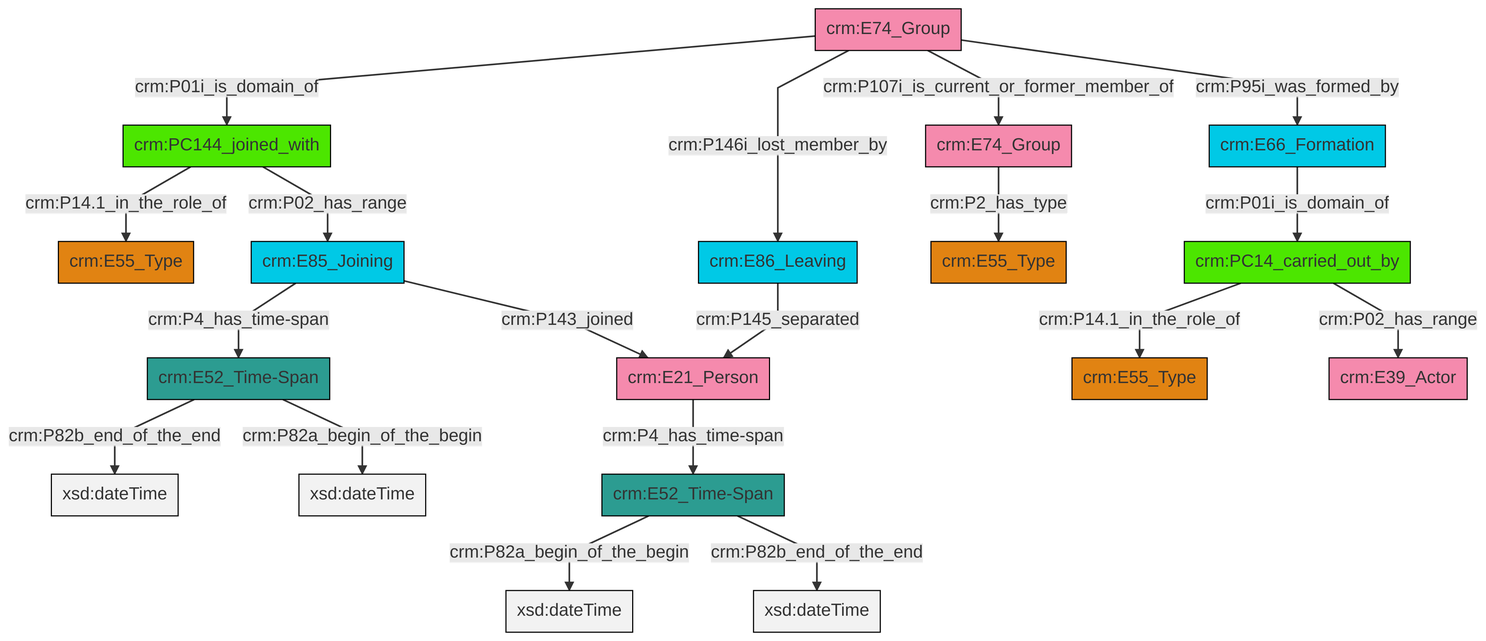
This is et/groupCSV/ttl/mmd/png/group_actor_relations.png from swiss-art-research-net/reference-data-models, a Mermaid export, as it was before one commit. Its source is kept beside it as et/groupCSV/ttl/mmd/group_actor_relations.ttl.mmd.
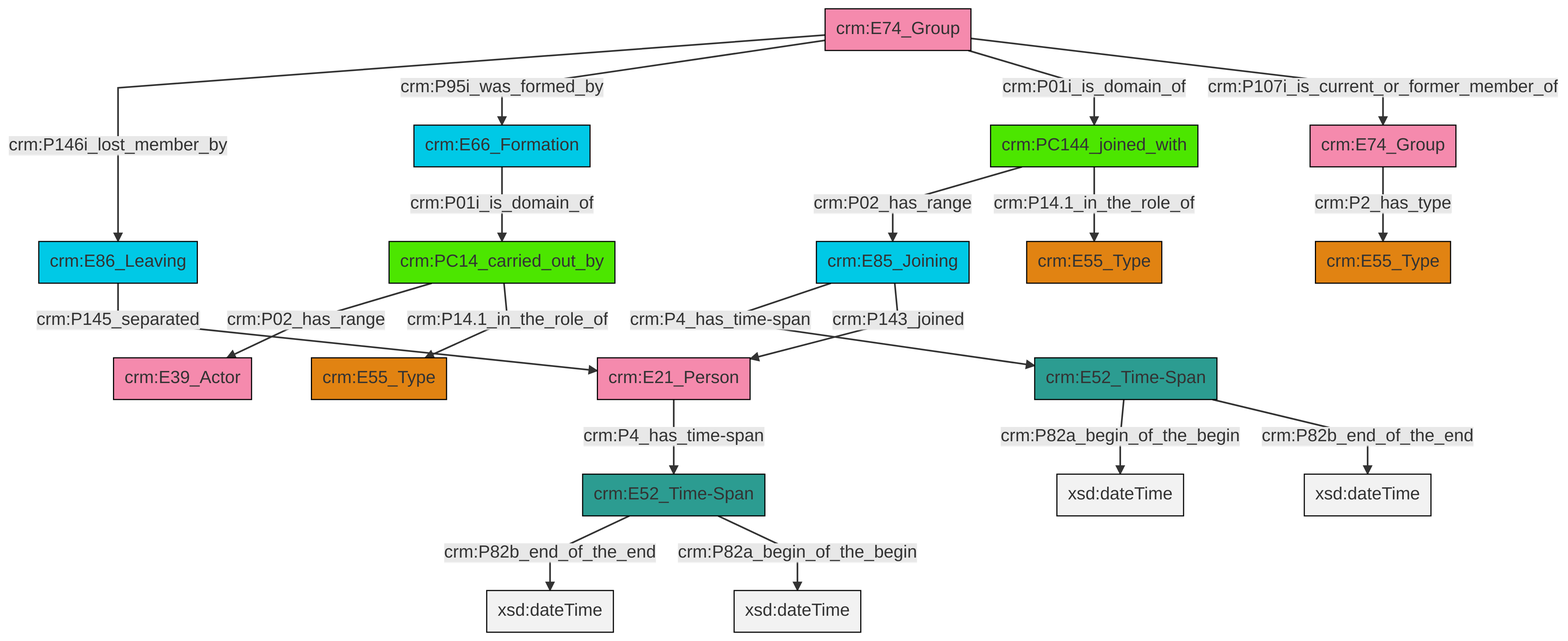
The same file after the commit.

The edit, as a diff of the source:
```diff
@@ -13,21 +13,21 @@
 classDef PC_Classes fill:#4ce600, stroke:#000000;
 classDef Multi fill:#cccccc,stroke:#000000;
 
-7["crm:PC144_joined_with"]:::PC_Classes -->|crm:P14.1_in_the_role_of| 2["crm:E55_Type"]:::Type
-14["crm:E52_Time-Span"]:::Time-Span -->|crm:P82a_begin_of_the_begin| 15[xsd:dateTime]:::Literal
-18["crm:E74_Group"]:::Actor -->|crm:P01i_is_domain_of| 7["crm:PC144_joined_with"]:::PC_Classes
-19["crm:E52_Time-Span"]:::Time-Span -->|crm:P82b_end_of_the_end| 20[xsd:dateTime]:::Literal
-0["crm:E74_Group"]:::Actor -->|crm:P2_has_type| 21["crm:E55_Type"]:::Type
-12["crm:E86_Leaving"]:::Temporal_Entity -->|crm:P145_separated| 5["crm:E21_Person"]:::Actor
-19["crm:E52_Time-Span"]:::Time-Span -->|crm:P82a_begin_of_the_begin| 23[xsd:dateTime]:::Literal
-18["crm:E74_Group"]:::Actor -->|crm:P146i_lost_member_by| 12["crm:E86_Leaving"]:::Temporal_Entity
-26["crm:PC14_carried_out_by"]:::PC_Classes -->|crm:P14.1_in_the_role_of| 8["crm:E55_Type"]:::Type
-28["crm:E66_Formation"]:::Temporal_Entity -->|crm:P01i_is_domain_of| 26["crm:PC14_carried_out_by"]:::PC_Classes
-5["crm:E21_Person"]:::Actor -->|crm:P4_has_time-span| 14["crm:E52_Time-Span"]:::Time-Span
-14["crm:E52_Time-Span"]:::Time-Span -->|crm:P82b_end_of_the_end| 30[xsd:dateTime]:::Literal
-26["crm:PC14_carried_out_by"]:::PC_Classes -->|crm:P02_has_range| 10["crm:E39_Actor"]:::Actor
-16["crm:E85_Joining"]:::Temporal_Entity -->|crm:P4_has_time-span| 19["crm:E52_Time-Span"]:::Time-Span
-18["crm:E74_Group"]:::Actor -->|crm:P107i_is_current_or_former_member_of| 0["crm:E74_Group"]:::Actor
-18["crm:E74_Group"]:::Actor -->|crm:P95i_was_formed_by| 28["crm:E66_Formation"]:::Temporal_Entity
-16["crm:E85_Joining"]:::Temporal_Entity -->|crm:P143_joined| 5["crm:E21_Person"]:::Actor
-7["crm:PC144_joined_with"]:::PC_Classes -->|crm:P02_has_range| 16["crm:E85_Joining"]:::Temporal_Entity
+2["crm:E74_Group"]:::Actor -->|crm:P146i_lost_member_by| 3["crm:E86_Leaving"]:::Temporal_Entity
+2["crm:E74_Group"]:::Actor -->|crm:P95i_was_formed_by| 4["crm:E66_Formation"]:::Temporal_Entity
+5["crm:E52_Time-Span"]:::Time-Span -->|crm:P82b_end_of_the_end| 6[xsd:dateTime]:::Literal
+2["crm:E74_Group"]:::Actor -->|crm:P01i_is_domain_of| 7["crm:PC144_joined_with"]:::PC_Classes
+11["crm:E21_Person"]:::Actor -->|crm:P4_has_time-span| 5["crm:E52_Time-Span"]:::Time-Span
+15["crm:PC14_carried_out_by"]:::PC_Classes -->|crm:P02_has_range| 16["crm:E39_Actor"]:::Actor
+13["crm:E52_Time-Span"]:::Time-Span -->|crm:P82a_begin_of_the_begin| 19[xsd:dateTime]:::Literal
+7["crm:PC144_joined_with"]:::PC_Classes -->|crm:P02_has_range| 8["crm:E85_Joining"]:::Temporal_Entity
+7["crm:PC144_joined_with"]:::PC_Classes -->|crm:P14.1_in_the_role_of| 22["crm:E55_Type"]:::Type
+26["crm:E74_Group"]:::Actor -->|crm:P2_has_type| 17["crm:E55_Type"]:::Type
+8["crm:E85_Joining"]:::Temporal_Entity -->|crm:P4_has_time-span| 13["crm:E52_Time-Span"]:::Time-Span
+3["crm:E86_Leaving"]:::Temporal_Entity -->|crm:P145_separated| 11["crm:E21_Person"]:::Actor
+8["crm:E85_Joining"]:::Temporal_Entity -->|crm:P143_joined| 11["crm:E21_Person"]:::Actor
+15["crm:PC14_carried_out_by"]:::PC_Classes -->|crm:P14.1_in_the_role_of| 0["crm:E55_Type"]:::Type
+2["crm:E74_Group"]:::Actor -->|crm:P107i_is_current_or_former_member_of| 26["crm:E74_Group"]:::Actor
+13["crm:E52_Time-Span"]:::Time-Span -->|crm:P82b_end_of_the_end| 32[xsd:dateTime]:::Literal
+4["crm:E66_Formation"]:::Temporal_Entity -->|crm:P01i_is_domain_of| 15["crm:PC14_carried_out_by"]:::PC_Classes
+5["crm:E52_Time-Span"]:::Time-Span -->|crm:P82a_begin_of_the_begin| 34[xsd:dateTime]:::Literal
```
